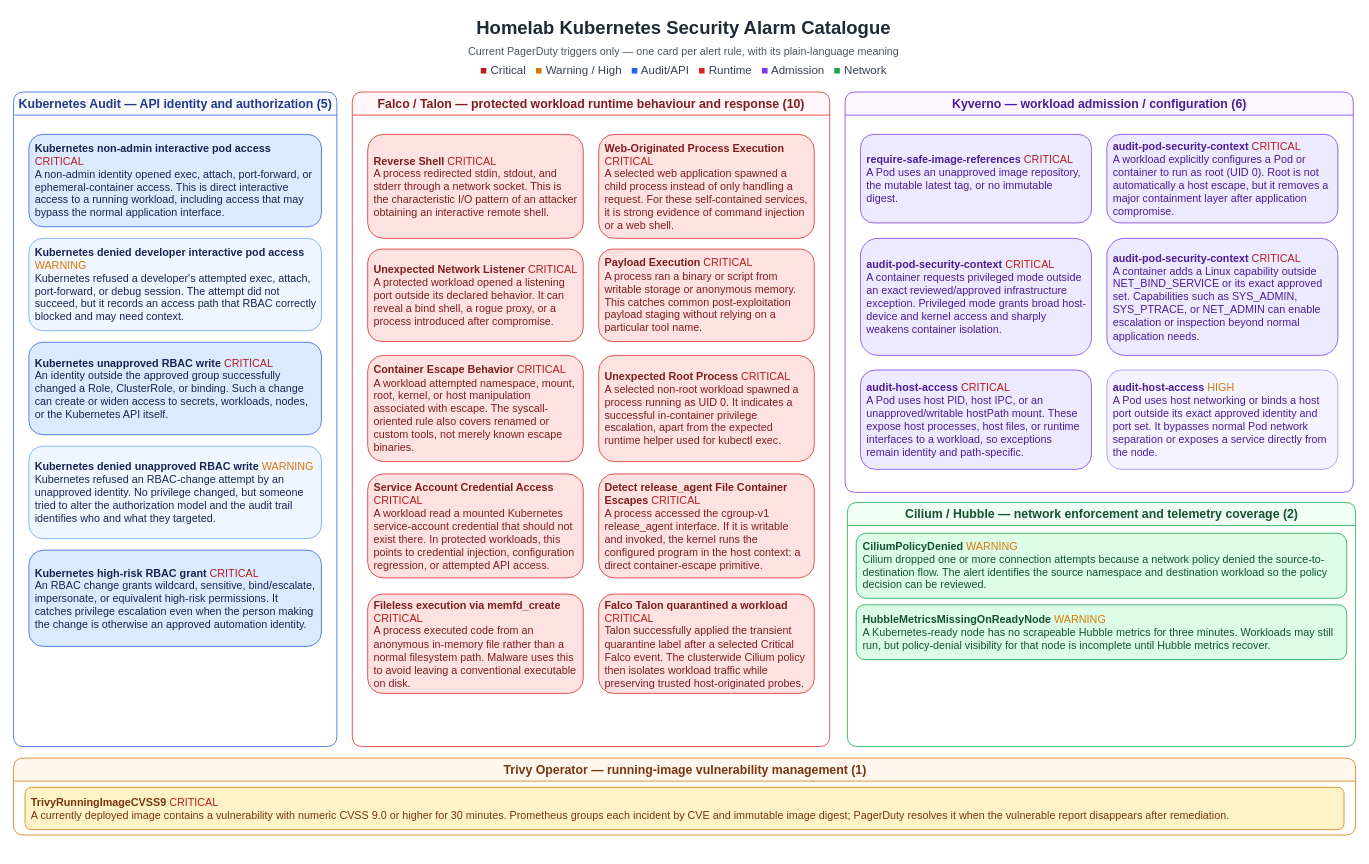
Before: visual/security-alarm-catalogue.drawio in EmrhT/ultimate-iac, a draw.io diagram. Source tidied: cells renumbered, new cells numbered last; positions are measured from the earlier drawing's top-left corner, leaving out a move shared by most shapes. Both pictures are drawn from the tidied source at 77%, with x=0, y=0 at pixel (13, 13).
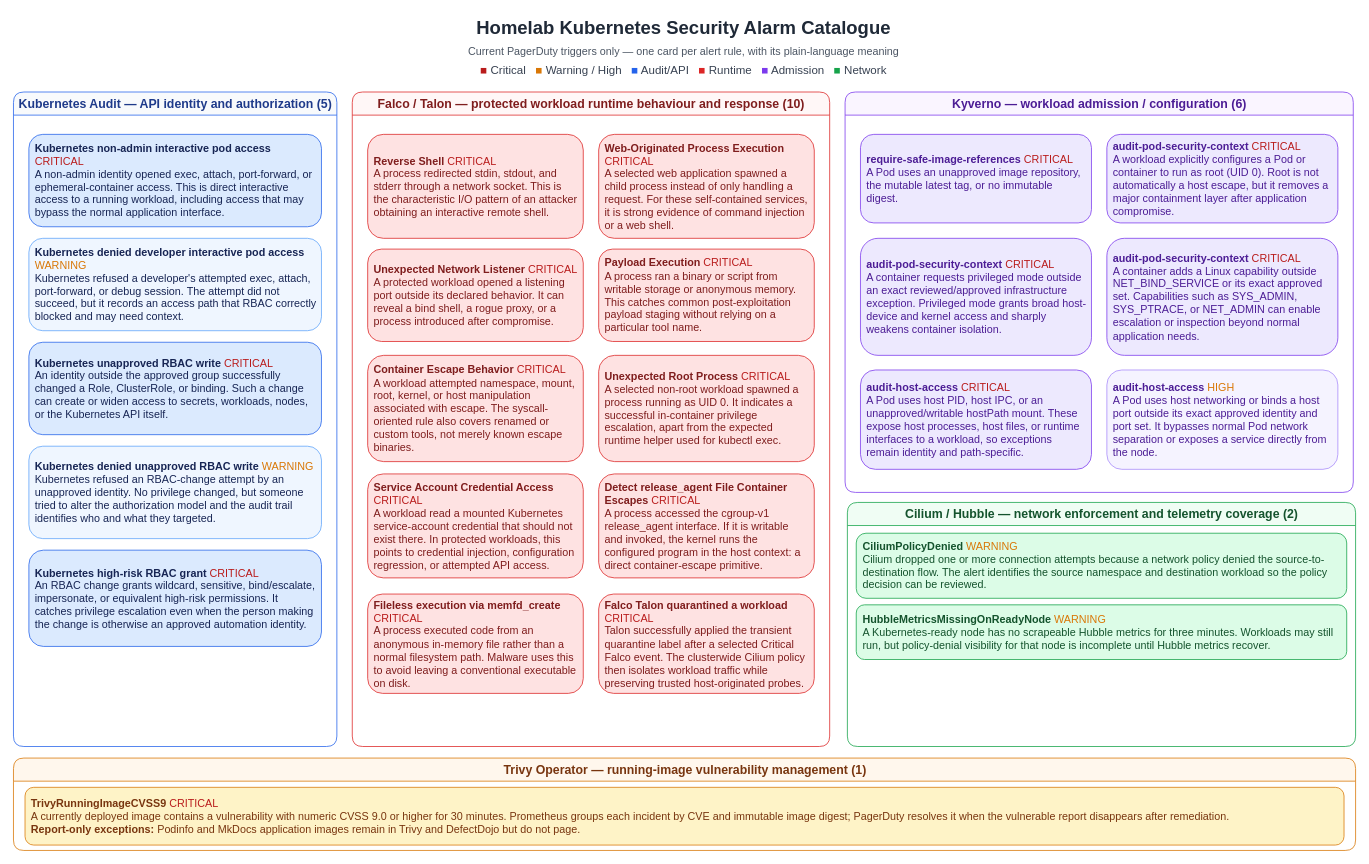
The same page after the edit.

Commit message (it also covers changes not shown here):
delete, cleanup from old application namespaces

Diff of the diagram source:
```diff
@@
     <mxCell id="32" value="Trivy Operator — running-image vulnerability management (1)" style="swimlane;html=1;rounded=1;startSize=30;fillColor=#FFF7ED;strokeColor=#D97706;fontStyle=1;fontColor=#78350F;fontSize=16;" parent="1" vertex="1">
-      <mxGeometry y="967" width="1743" height="100" as="geometry" />
+      <mxGeometry y="967" width="1743" height="120" as="geometry" />
     </mxCell>
-    <mxCell id="33" value="&lt;b&gt;TrivyRunningImageCVSS9&lt;/b&gt; &lt;font color=&quot;#B91C1C&quot;&gt;CRITICAL&lt;/font&gt;&lt;br&gt;&lt;font&gt;A currently deployed image contains a vulnerability with numeric CVSS 9.0 or higher for 30 minutes. Prometheus groups each incident by CVE and immutable image digest; PagerDuty resolves it when the vulnerable report disappears after remediation.&lt;/font&gt;" style="rounded=1;whiteSpace=wrap;html=1;fillColor=#FEF3C7;strokeColor=#D97706;fontColor=#78350F;align=left;spacing=8;fontSize=14;" parent="32" vertex="1">
-      <mxGeometry x="15" y="38" width="1713" height="55" as="geometry" />
+    <mxCell id="33" value="&lt;b&gt;TrivyRunningImageCVSS9&lt;/b&gt; &lt;font color=&quot;#B91C1C&quot;&gt;CRITICAL&lt;/font&gt;&lt;br&gt;&lt;font&gt;A currently deployed image contains a vulnerability with numeric CVSS 9.0 or higher for 30 minutes. Prometheus groups each incident by CVE and immutable image digest; PagerDuty resolves it when the vulnerable report disappears after remediation.&lt;br&gt;&lt;b&gt;Report-only exceptions:&lt;/b&gt; Podinfo and MkDocs application images remain in Trivy and DefectDojo but do not page.&lt;/font&gt;" style="rounded=1;whiteSpace=wrap;html=1;fillColor=#FEF3C7;strokeColor=#D97706;fontColor=#78350F;align=left;spacing=8;fontSize=14;" parent="32" vertex="1">
+      <mxGeometry x="15" y="38" width="1713" height="75" as="geometry" />
     </mxCell>
```
